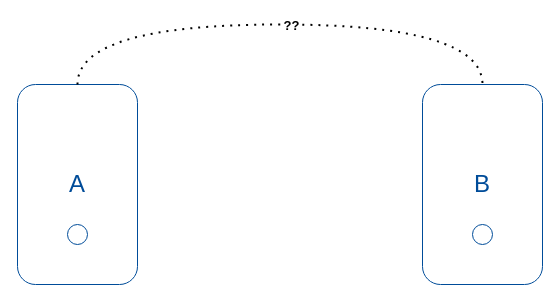
Before: assets/networking.drawio in aditya109/journey-CKA, a draw.io diagram. Source tidied: cells renumbered, new cells numbered last; positions are measured from the earlier drawing's top-left corner, leaving out a move shared by most shapes. Both pictures are drawn from the tidied source at 100%, with x=0, y=0 at pixel (17, 24).
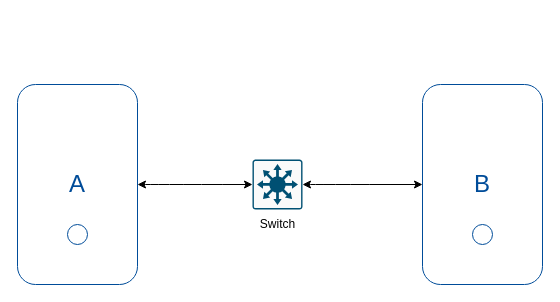
The same diagram, later.

The edit, as a diff of the source:
```diff
@@
 <mxGraphModel>
   <root>
     <mxCell id="0" />
     <mxCell id="1" parent="0" />
     <mxCell id="2" style="group;" parent="1" vertex="1">
       <mxGeometry y="60" width="120" height="200" as="geometry" />
     </mxCell>
     <mxCell id="3" value="&lt;font style=&quot;font-size: 24px&quot; color=&quot;#004c99&quot;&gt;A&lt;/font&gt;" style="rounded=1;whiteSpace=wrap;html=1;strokeColor=#004C99;" parent="2" vertex="1">
       <mxGeometry width="120" height="200" as="geometry" />
     </mxCell>
     <mxCell id="4" style="ellipse;whiteSpace=wrap;html=1;strokeColor=#004C99;" parent="2" vertex="1">
       <mxGeometry x="50" y="140" width="20" height="20" as="geometry" />
     </mxCell>
     <mxCell id="5" value="&lt;font style=&quot;font-size: 24px&quot; color=&quot;#004c99&quot;&gt;B&lt;/font&gt;" style="rounded=1;whiteSpace=wrap;html=1;strokeColor=#004C99;" parent="1" vertex="1">
       <mxGeometry x="405" y="60" width="120" height="200" as="geometry" />
     </mxCell>
     <mxCell id="6" style="ellipse;whiteSpace=wrap;html=1;strokeColor=#004C99;" parent="1" vertex="1">
       <mxGeometry x="455" y="200" width="20" height="20" as="geometry" />
     </mxCell>
-    <mxCell id="7" style="endArrow=none;dashed=1;html=1;dashPattern=1 3;strokeWidth=2;edgeStyle=orthogonalEdgeStyle;curved=1;entryX=0.5;entryY=0;entryDx=0;entryDy=0;exitX=0.5;exitY=0;exitDx=0;exitDy=0;" parent="1" edge="1" source="3" target="5">
-      <mxGeometry relative="1" as="geometry">
-        <Array as="points">
-          <mxPoint x="60" />
-          <mxPoint x="465" />
-        </Array>
-      </mxGeometry>
-    </mxCell>
-    <mxCell id="8" value="&lt;b&gt;&lt;font style=&quot;font-size: 13px&quot;&gt;??&lt;/font&gt;&lt;/b&gt;" style="edgeLabel;html=1;align=center;verticalAlign=middle;" parent="7" vertex="1">
-      <mxGeometry x="0.04" relative="1" as="geometry" />
-    </mxCell>
+    <mxCell id="9" style="edgeStyle=orthogonalEdgeStyle;curved=1;rounded=0;jettySize=auto;html=1;entryX=0;entryY=0.5;entryDx=0;entryDy=0;startArrow=classic;startFill=1;" parent="1" edge="1" source="10" target="5">
+      <mxGeometry relative="1" as="geometry" />
+    </mxCell>
+    <mxCell id="10" style="points=[[0.015,0.015,0],[0.985,0.015,0],[0.985,0.985,0],[0.015,0.985,0],[0.25,0,0],[0.5,0,0],[0.75,0,0],[1,0.25,0],[1,0.5,0],[1,0.75,0],[0.75,1,0],[0.5,1,0],[0.25,1,0],[0,0.75,0],[0,0.5,0],[0,0.25,0]];verticalLabelPosition=bottom;html=1;verticalAlign=top;align=center;shape=mxgraph.cisco19.rect;prIcon=l3_switch;fillColor=#FAFAFA;strokeColor=#005073;" parent="1" vertex="1">
+      <mxGeometry x="235" y="135" width="50" height="50" as="geometry" />
+    </mxCell>
+    <mxCell id="11" value="Switch" style="text;html=1;align=center;verticalAlign=middle;strokeColor=none;" parent="1" vertex="1">
+      <mxGeometry x="235" y="190" width="50" height="20" as="geometry" />
+    </mxCell>
+    <mxCell id="12" style="edgeStyle=orthogonalEdgeStyle;curved=1;rounded=0;jettySize=auto;html=1;exitX=1;exitY=0.5;exitDx=0;exitDy=0;entryX=0;entryY=0.5;entryDx=0;entryDy=0;entryPerimeter=0;startArrow=classic;startFill=1;" parent="1" edge="1" source="3" target="10">
+      <mxGeometry relative="1" as="geometry" />
+    </mxCell>
   </root>
 </mxGraphModel>
```
